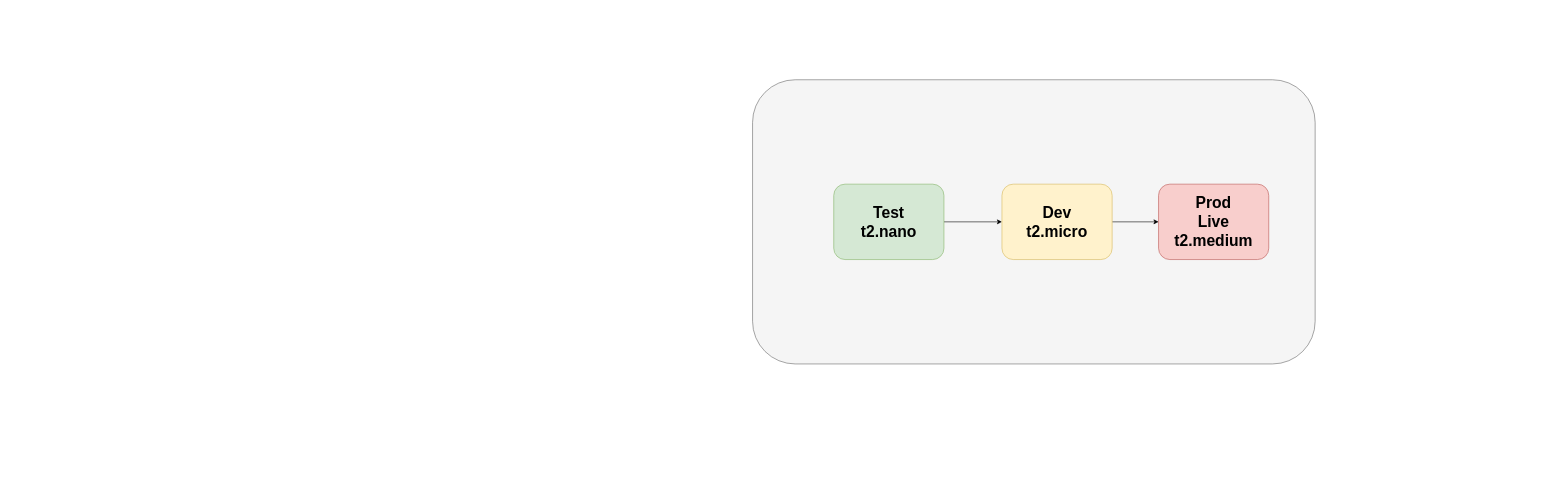
Earlier version of the draw.io diagram page "Page-8" (8 of 8) of classes/drawio/awsclasses.drawio (anveshmuppeda/DevOps). Source tidied: cells renumbered, new cells numbered last; positions are measured from the earlier drawing's top-left corner, leaving out a move shared by most shapes. Both pictures are drawn from the tidied source at 58%, with x=0, y=0 at pixel (752, 79).
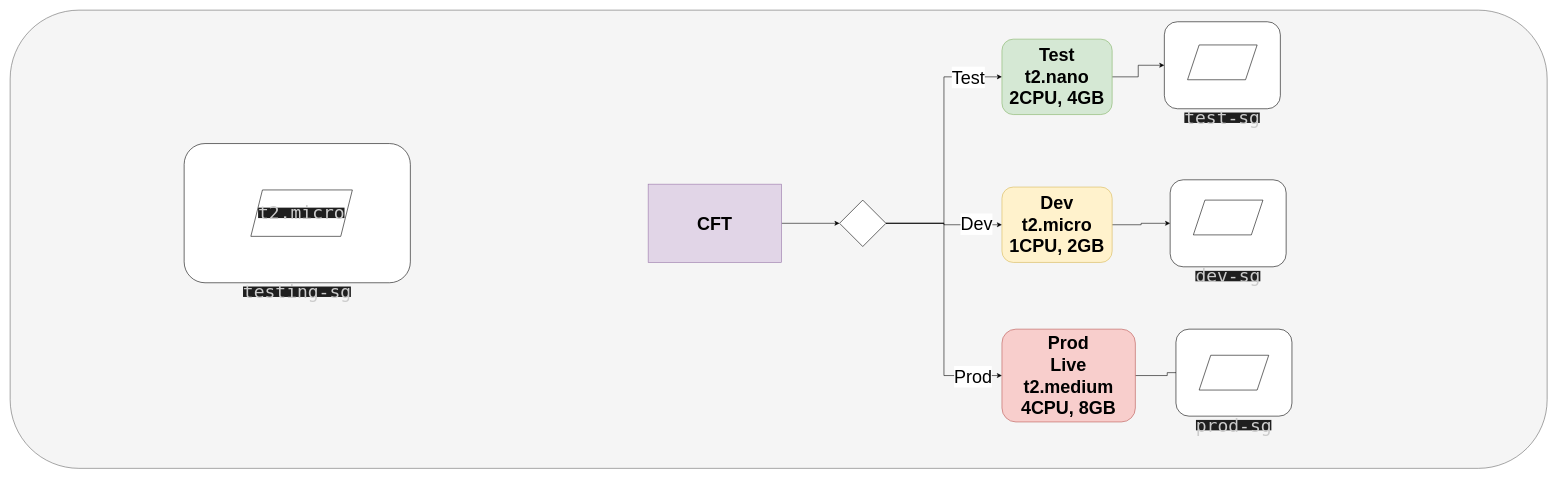
Above is the later version.

Diff of the diagram source:
```diff
@@
-    <mxCell id="2" style="rounded=1;whiteSpace=wrap;html=1;fontStyle=1;fontSize=27;fillColor=#f5f5f5;fontColor=#333333;strokeColor=#666666;" parent="1" vertex="1">
-      <mxGeometry width="970" height="490" as="geometry" />
+    <mxCell id="2" style="rounded=1;whiteSpace=wrap;html=1;fontStyle=1;fontSize=31;fillColor=#f5f5f5;fontColor=#333333;strokeColor=#666666;" parent="1" vertex="1">
+      <mxGeometry x="-1280" y="-120" width="2650" height="790" as="geometry" />
     </mxCell>
-    <mxCell id="3" style="edgeStyle=orthogonalEdgeStyle;rounded=0;jettySize=auto;html=1;fontStyle=1;fontSize=27;" parent="1" edge="1" source="4" target="6">
-      <mxGeometry relative="1" as="geometry" />
-    </mxCell>
+    <mxCell id="8" style="edgeStyle=orthogonalEdgeStyle;rounded=0;jettySize=auto;html=1;" parent="1" edge="1" source="4" target="22">
+      <mxGeometry relative="1" as="geometry" />
+    </mxCell>
-    <mxCell id="4" value="Test&lt;br&gt;t2.nano" style="rounded=1;whiteSpace=wrap;html=1;fontStyle=1;fontSize=27;fillColor=#d5e8d4;strokeColor=#82b366;" parent="1" vertex="1">
-      <mxGeometry x="140" y="180" width="190" height="130" as="geometry" />
+    <mxCell id="4" value="Test&lt;br style=&quot;font-size: 31px;&quot;&gt;t2.nano&lt;br style=&quot;font-size: 31px;&quot;&gt;2CPU, 4GB" style="rounded=1;whiteSpace=wrap;html=1;fontStyle=1;fontSize=31;fillColor=#d5e8d4;strokeColor=#82b366;" parent="1" vertex="1">
+      <mxGeometry x="430" y="-70" width="190" height="130" as="geometry" />
     </mxCell>
-    <mxCell id="5" style="edgeStyle=orthogonalEdgeStyle;rounded=0;jettySize=auto;html=1;fontStyle=1;fontSize=27;" parent="1" edge="1" source="6" target="7">
-      <mxGeometry relative="1" as="geometry" />
-    </mxCell>
+    <mxCell id="9" style="edgeStyle=orthogonalEdgeStyle;rounded=0;jettySize=auto;html=1;" parent="1" edge="1" source="6" target="23">
+      <mxGeometry relative="1" as="geometry" />
+    </mxCell>
-    <mxCell id="6" value="Dev&lt;br&gt;t2.micro" style="rounded=1;whiteSpace=wrap;html=1;fontStyle=1;fontSize=27;fillColor=#fff2cc;strokeColor=#d6b656;" parent="1" vertex="1">
-      <mxGeometry x="430" y="180" width="190" height="130" as="geometry" />
+    <mxCell id="6" value="Dev&lt;br style=&quot;font-size: 31px;&quot;&gt;t2.micro&lt;br style=&quot;font-size: 31px;&quot;&gt;1CPU, 2GB" style="rounded=1;whiteSpace=wrap;html=1;fontStyle=1;fontSize=31;fillColor=#fff2cc;strokeColor=#d6b656;" parent="1" vertex="1">
+      <mxGeometry x="430" y="185" width="190" height="130" as="geometry" />
     </mxCell>
+    <mxCell id="10" style="edgeStyle=orthogonalEdgeStyle;rounded=0;jettySize=auto;html=1;" parent="1" edge="1" source="7" target="25">
+      <mxGeometry relative="1" as="geometry" />
+    </mxCell>
-    <mxCell id="7" value="Prod&lt;br&gt;Live&lt;br&gt;t2.medium" style="rounded=1;whiteSpace=wrap;html=1;fontStyle=1;fontSize=27;fillColor=#f8cecc;strokeColor=#b85450;" parent="1" vertex="1">
-      <mxGeometry x="700" y="180" width="190" height="130" as="geometry" />
+    <mxCell id="7" value="Prod&lt;br style=&quot;font-size: 31px;&quot;&gt;Live&lt;br style=&quot;font-size: 31px;&quot;&gt;t2.medium&lt;br style=&quot;font-size: 31px;&quot;&gt;4CPU, 8GB" style="rounded=1;whiteSpace=wrap;html=1;fontStyle=1;fontSize=31;fillColor=#f8cecc;strokeColor=#b85450;" parent="1" vertex="1">
+      <mxGeometry x="430" y="430" width="230" height="160" as="geometry" />
     </mxCell>
+    <mxCell id="11" style="edgeStyle=orthogonalEdgeStyle;rounded=0;jettySize=auto;html=1;fontSize=31;" parent="1" edge="1" source="12" target="19">
+      <mxGeometry relative="1" as="geometry" />
+    </mxCell>
+    <mxCell id="12" value="&lt;font style=&quot;font-size: 31px;&quot;&gt;&lt;b style=&quot;font-size: 31px;&quot;&gt;CFT&lt;/b&gt;&lt;/font&gt;" style="rounded=0;whiteSpace=wrap;html=1;fillColor=#e1d5e7;strokeColor=#9673a6;fontSize=31;" parent="1" vertex="1">
+      <mxGeometry x="-180" y="180" width="230" height="135" as="geometry" />
+    </mxCell>
+    <mxCell id="13" style="edgeStyle=orthogonalEdgeStyle;rounded=0;jettySize=auto;html=1;entryX=0;entryY=0.5;entryDx=0;entryDy=0;fontSize=31;" parent="1" edge="1" source="19" target="4">
+      <mxGeometry relative="1" as="geometry" />
+    </mxCell>
+    <mxCell id="14" value="Test" style="edgeLabel;html=1;align=center;verticalAlign=middle;fontSize=31;" parent="13" vertex="1">
+      <mxGeometry x="0.74" relative="1" as="geometry" />
+    </mxCell>
+    <mxCell id="15" style="edgeStyle=orthogonalEdgeStyle;rounded=0;jettySize=auto;html=1;entryX=0;entryY=0.5;entryDx=0;entryDy=0;fontSize=31;" parent="1" edge="1" source="19" target="6">
+      <mxGeometry relative="1" as="geometry" />
+    </mxCell>
+    <mxCell id="16" value="Dev" style="edgeLabel;html=1;align=center;verticalAlign=middle;fontSize=31;" parent="15" vertex="1">
+      <mxGeometry x="0.56" y="2" relative="1" as="geometry" />
+    </mxCell>
+    <mxCell id="17" style="edgeStyle=orthogonalEdgeStyle;rounded=0;jettySize=auto;html=1;entryX=0;entryY=0.5;entryDx=0;entryDy=0;fontSize=31;" parent="1" edge="1" source="19" target="7">
+      <mxGeometry relative="1" as="geometry" />
+    </mxCell>
+    <mxCell id="18" value="Prod" style="edgeLabel;html=1;align=center;verticalAlign=middle;fontSize=31;" parent="17" vertex="1">
+      <mxGeometry x="0.78" y="-1" relative="1" as="geometry" />
+    </mxCell>
+    <mxCell id="19" style="rhombus;whiteSpace=wrap;html=1;fontSize=31;" parent="1" vertex="1">
+      <mxGeometry x="150" y="207.5" width="80" height="80" as="geometry" />
+    </mxCell>
+    <mxCell id="20" value="&lt;div style=&quot;color: rgb(204, 204, 204); background-color: rgb(31, 31, 31); font-family: Menlo, Monaco, &amp;quot;Courier New&amp;quot;, monospace; font-size: 31px; line-height: 18px;&quot;&gt;testing-sg&lt;/div&gt;" style="rounded=1;whiteSpace=wrap;html=1;labelPosition=center;verticalLabelPosition=bottom;align=center;verticalAlign=top;fontSize=31;" parent="1" vertex="1">
+      <mxGeometry x="-980" y="110" width="390" height="240" as="geometry" />
+    </mxCell>
+    <mxCell id="21" value="&lt;div style=&quot;color: rgb(204, 204, 204); background-color: rgb(31, 31, 31); font-family: Menlo, Monaco, &amp;quot;Courier New&amp;quot;, monospace; line-height: 18px; font-size: 31px;&quot;&gt;t2.micro&lt;/div&gt;" style="shape=parallelogram;perimeter=parallelogramPerimeter;whiteSpace=wrap;html=1;fixedSize=1;fontSize=31;" parent="1" vertex="1">
+      <mxGeometry x="-865" y="190" width="175" height="80" as="geometry" />
+    </mxCell>
+    <mxCell id="22" value="&lt;div style=&quot;color: rgb(204, 204, 204); background-color: rgb(31, 31, 31); font-family: Menlo, Monaco, &amp;quot;Courier New&amp;quot;, monospace; font-size: 31px; line-height: 18px;&quot;&gt;test-sg&lt;/div&gt;" style="rounded=1;whiteSpace=wrap;html=1;labelPosition=center;verticalLabelPosition=bottom;align=center;verticalAlign=top;fontSize=31;" parent="1" vertex="1">
+      <mxGeometry x="710" y="-100" width="200" height="150" as="geometry" />
+    </mxCell>
+    <mxCell id="23" value="&lt;div style=&quot;color: rgb(204, 204, 204); background-color: rgb(31, 31, 31); font-family: Menlo, Monaco, &amp;quot;Courier New&amp;quot;, monospace; font-size: 31px; line-height: 18px;&quot;&gt;dev-sg&lt;/div&gt;" style="rounded=1;whiteSpace=wrap;html=1;labelPosition=center;verticalLabelPosition=bottom;align=center;verticalAlign=top;fontSize=31;" parent="1" vertex="1">
+      <mxGeometry x="720" y="172.5" width="200" height="150" as="geometry" />
+    </mxCell>
+    <mxCell id="24" value="&lt;div style=&quot;color: rgb(204, 204, 204); background-color: rgb(31, 31, 31); font-family: Menlo, Monaco, &amp;quot;Courier New&amp;quot;, monospace; font-size: 31px; line-height: 18px;&quot;&gt;prod-sg&lt;/div&gt;" style="rounded=1;whiteSpace=wrap;html=1;labelPosition=center;verticalLabelPosition=bottom;align=center;verticalAlign=top;fontSize=31;" parent="1" vertex="1">
+      <mxGeometry x="730" y="430" width="200" height="150" as="geometry" />
+    </mxCell>
+    <mxCell id="25" style="shape=parallelogram;perimeter=parallelogramPerimeter;whiteSpace=wrap;html=1;fixedSize=1;" parent="1" vertex="1">
+      <mxGeometry x="770" y="475" width="120" height="60" as="geometry" />
+    </mxCell>
+    <mxCell id="26" style="shape=parallelogram;perimeter=parallelogramPerimeter;whiteSpace=wrap;html=1;fixedSize=1;" parent="1" vertex="1">
+      <mxGeometry x="760" y="207.5" width="120" height="60" as="geometry" />
+    </mxCell>
+    <mxCell id="27" style="shape=parallelogram;perimeter=parallelogramPerimeter;whiteSpace=wrap;html=1;fixedSize=1;" parent="1" vertex="1">
+      <mxGeometry x="750" y="-60" width="120" height="60" as="geometry" />
+    </mxCell>
```
